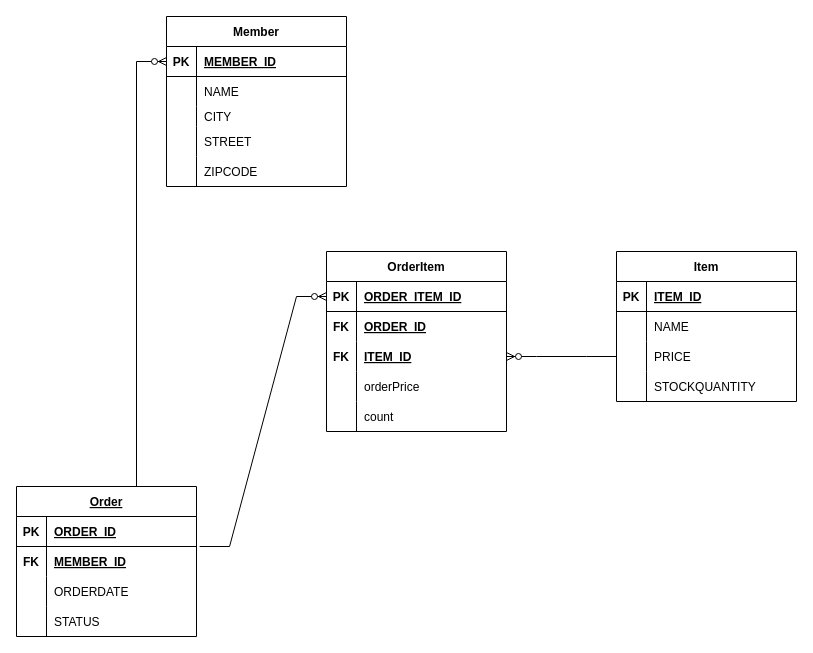
Above: Untitled Diagram.drawio in JUNGJUNILL/Draw.io (draw.io), before the change. Source tidied: cells renumbered, new cells numbered last; positions are measured from the earlier drawing's top-left corner, leaving out a move shared by most shapes. Both pictures are drawn from the tidied source at 100%, with x=0, y=0 at pixel (16, 16).
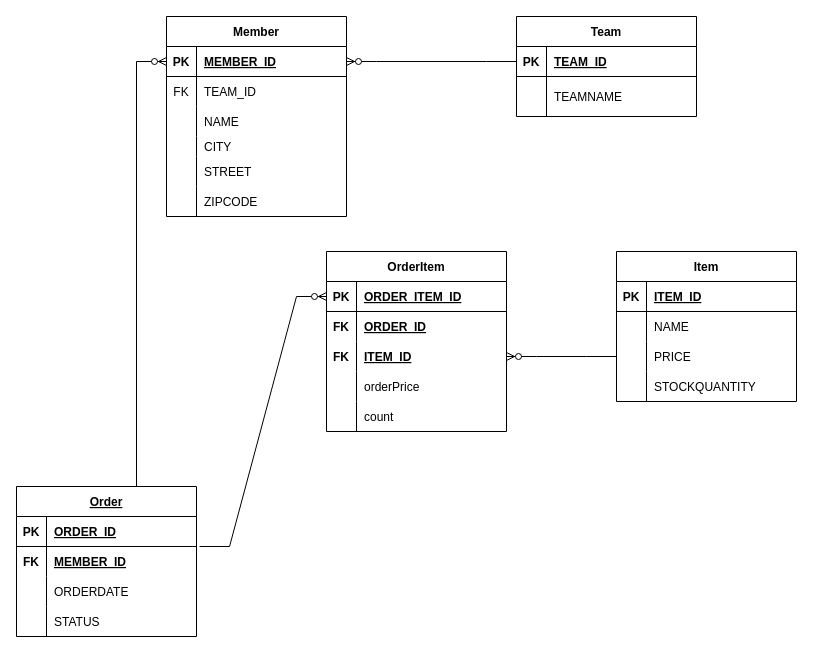
The same page after the edit.

The change refers to these unchanged cells:
```xml
<mxCell id="3" style="shape=tableRow;horizontal=0;startSize=0;swimlaneHead=0;swimlaneBody=0;fillColor=none;points=[[0,0.5],[1,0.5]];portConstraint=eastwest;top=0;left=0;right=0;bottom=1;" parent="2" vertex="1">
  <mxGeometry y="30" width="180" height="30" as="geometry" />
</mxCell>
<mxCell id="6" style="shape=tableRow;horizontal=0;startSize=0;swimlaneHead=0;swimlaneBody=0;fillColor=none;top=0;left=0;right=0;bottom=0;" parent="2" vertex="1">
  <mxGeometry y="60" width="180" height="30" as="geometry" />
</mxCell>
```

What changed in the source:
```diff
@@
     <mxCell id="2" value="Member" style="shape=table;startSize=30;childLayout=tableLayout;rowLines=0;fontStyle=1;align=center;" parent="1" vertex="1">
-      <mxGeometry x="150" width="180" height="170" as="geometry" />
+      <mxGeometry x="150" width="180" height="200" as="geometry" />
     </mxCell>
@@
-    <mxCell id="7" style="shape=partialRectangle;fillColor=none;top=0;left=0;bottom=0;right=0;overflow=hidden;" parent="6" vertex="1">
+    <mxCell id="7" value="FK" style="shape=partialRectangle;fillColor=none;top=0;left=0;bottom=0;right=0;overflow=hidden;" parent="6" vertex="1">
       <mxGeometry width="30" height="30" as="geometry" />
     </mxCell>
-    <mxCell id="8" value="NAME" style="shape=partialRectangle;fillColor=none;top=0;left=0;bottom=0;right=0;align=left;spacingLeft=6;overflow=hidden;" parent="6" vertex="1">
+    <mxCell id="8" value="TEAM_ID" style="shape=partialRectangle;fillColor=none;top=0;left=0;bottom=0;right=0;align=left;spacingLeft=6;overflow=hidden;" parent="6" vertex="1">
       <mxGeometry x="30" width="150" height="30" as="geometry" />
     </mxCell>
+    <mxCell id="63" style="shape=tableRow;horizontal=0;startSize=0;swimlaneHead=0;swimlaneBody=0;fillColor=none;top=0;left=0;right=0;bottom=0;" parent="2" vertex="1">
+      <mxGeometry y="90" width="180" height="30" as="geometry" />
+    </mxCell>
+    <mxCell id="64" style="shape=partialRectangle;fillColor=none;top=0;left=0;bottom=0;right=0;overflow=hidden;" parent="63" vertex="1">
+      <mxGeometry width="30" height="30" as="geometry" />
+    </mxCell>
+    <mxCell id="65" value="NAME" style="shape=partialRectangle;fillColor=none;top=0;left=0;bottom=0;right=0;align=left;spacingLeft=6;overflow=hidden;" parent="63" vertex="1">
+      <mxGeometry x="30" width="150" height="30" as="geometry" />
+    </mxCell>
     <mxCell id="9" style="shape=tableRow;horizontal=0;startSize=0;swimlaneHead=0;swimlaneBody=0;fillColor=none;top=0;left=0;right=0;bottom=0;" parent="2" vertex="1">
-      <mxGeometry y="90" width="180" height="20" as="geometry" />
+      <mxGeometry y="120" width="180" height="20" as="geometry" />
     </mxCell>
@@
     <mxCell id="12" style="shape=tableRow;horizontal=0;startSize=0;swimlaneHead=0;swimlaneBody=0;fillColor=none;top=0;left=0;right=0;bottom=0;" parent="2" vertex="1">
-      <mxGeometry y="110" width="180" height="30" as="geometry" />
+      <mxGeometry y="140" width="180" height="30" as="geometry" />
     </mxCell>
@@
     <mxCell id="15" style="shape=tableRow;horizontal=0;startSize=0;swimlaneHead=0;swimlaneBody=0;fillColor=none;top=0;left=0;right=0;bottom=0;" parent="2" vertex="1">
-      <mxGeometry y="140" width="180" height="30" as="geometry" />
+      <mxGeometry y="170" width="180" height="30" as="geometry" />
     </mxCell>
@@
+    <mxCell id="66" value="Team" style="shape=table;startSize=30;childLayout=tableLayout;rowLines=0;fontStyle=1;align=center;" parent="1" vertex="1">
+      <mxGeometry x="500" width="180" height="100" as="geometry" />
+    </mxCell>
+    <mxCell id="67" style="shape=tableRow;horizontal=0;startSize=0;swimlaneHead=0;swimlaneBody=0;fillColor=none;points=[[0,0.5],[1,0.5]];portConstraint=eastwest;top=0;left=0;right=0;bottom=1;" parent="66" vertex="1">
+      <mxGeometry y="30" width="180" height="30" as="geometry" />
+    </mxCell>
+    <mxCell id="68" value="PK" style="shape=partialRectangle;fillColor=none;top=0;left=0;bottom=0;right=0;fontStyle=1;overflow=hidden;" parent="67" vertex="1">
+      <mxGeometry width="30" height="30" as="geometry" />
+    </mxCell>
+    <mxCell id="69" value="TEAM_ID" style="shape=partialRectangle;fillColor=none;top=0;left=0;bottom=0;right=0;align=left;spacingLeft=6;fontStyle=5;overflow=hidden;" parent="67" vertex="1">
+      <mxGeometry x="30" width="150" height="30" as="geometry" />
+    </mxCell>
+    <mxCell id="70" style="shape=tableRow;horizontal=0;startSize=0;swimlaneHead=0;swimlaneBody=0;fillColor=none;top=0;left=0;right=0;bottom=0;" parent="66" vertex="1">
+      <mxGeometry y="60" width="180" height="40" as="geometry" />
+    </mxCell>
+    <mxCell id="71" style="shape=partialRectangle;fillColor=none;top=0;left=0;bottom=0;right=0;overflow=hidden;" parent="70" vertex="1">
+      <mxGeometry width="30" height="40" as="geometry" />
+    </mxCell>
+    <mxCell id="72" value="TEAMNAME" style="shape=partialRectangle;fillColor=none;top=0;left=0;bottom=0;right=0;align=left;spacingLeft=6;overflow=hidden;" parent="70" vertex="1">
+      <mxGeometry x="30" width="150" height="40" as="geometry" />
+    </mxCell>
+    <mxCell id="73" style="edgeStyle=entityRelationEdgeStyle;fontSize=12;html=1;endArrow=ERzeroToMany;endFill=1;rounded=0;entryX=1;entryY=0.5;entryDx=0;entryDy=0;exitX=0;exitY=0.5;exitDx=0;exitDy=0;" parent="1" edge="1" source="67" target="3">
+      <mxGeometry relative="1" as="geometry" />
+    </mxCell>
```
